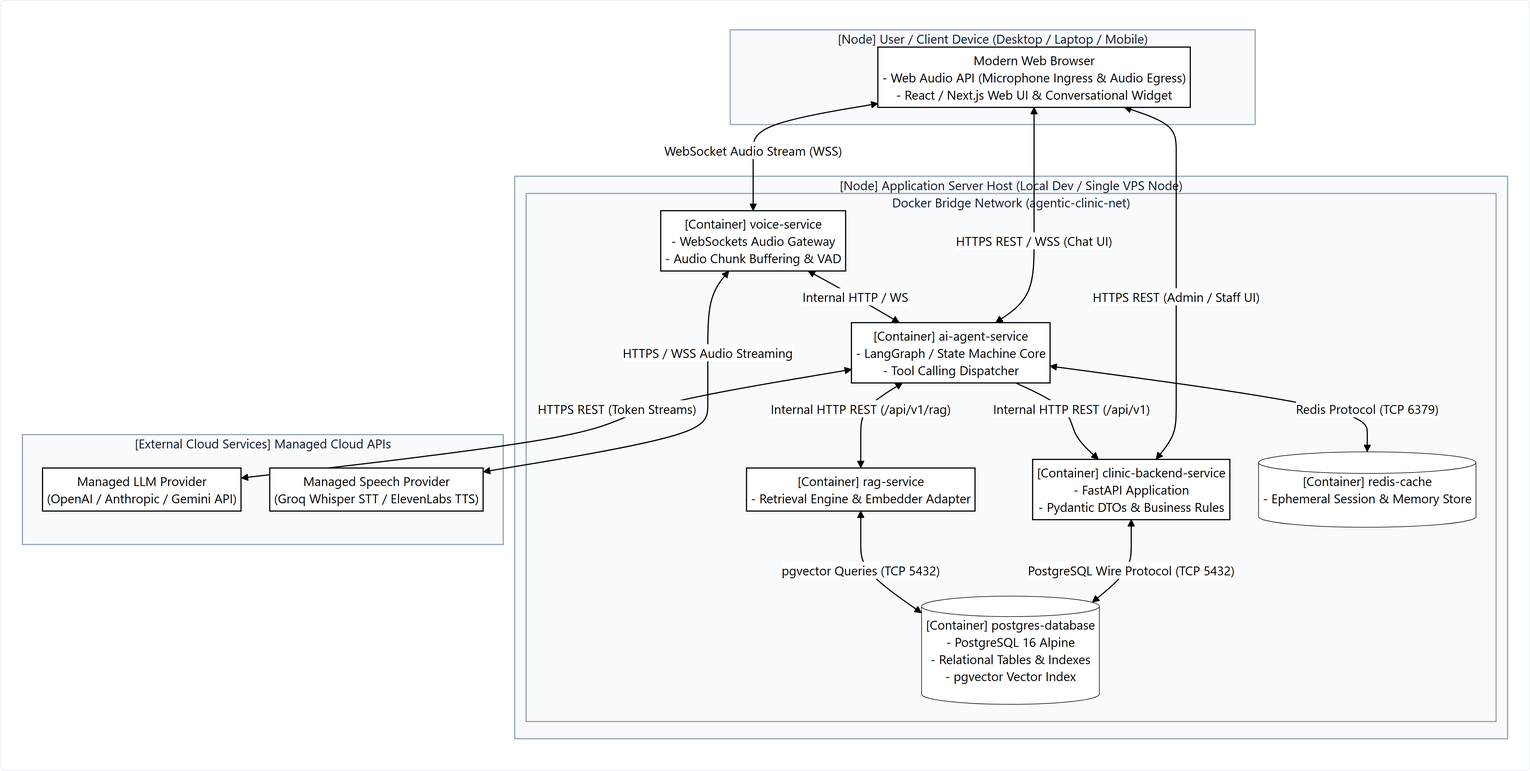
Above: docs/diagrams/07-deployment/deployment-diagram.png in HassanAhmedMa/Agentic-AI-Call-Center (Mermaid), before the change. Its source is kept beside it as docs/diagrams/07-deployment/deployment-diagram.mmd. Source of this version:
```mermaid
%%{init: {'theme': 'base', 'themeVariables': { 'primaryColor': '#ffffff', 'primaryTextColor': '#000000', 'primaryBorderColor': '#000000', 'lineColor': '#000000', 'secondaryColor': '#ffffff', 'tertiaryColor': '#ffffff', 'edgeLabelBackground':'#ffffff' }}}%%
flowchart TB
    subgraph ClientDevice [" [Node] User / Client Device (Desktop / Laptop / Mobile) "]
        Browser["Modern Web Browser\n- Web Audio API (Microphone Ingress & Audio Egress)\n- React / Next.js Web UI & Conversational Widget"]
    end

    subgraph HostEnvironment [" [Node] Application Server Host (Local Dev / Single VPS Node) "]
        subgraph DockerNetwork [" Docker Bridge Network (agentic-clinic-net) "]
            VoiceContainer["[Container] voice-service\n- WebSockets Audio Gateway\n- Audio Chunk Buffering & VAD"]
            AgentContainer["[Container] ai-agent-service\n- LangGraph / State Machine Core\n- Tool Calling Dispatcher"]
            RAGContainer["[Container] rag-service\n- Retrieval Engine & Embedder Adapter"]
            BackendContainer["[Container] clinic-backend-service\n- FastAPI Application\n- Pydantic DTOs & Business Rules"]

            DBContainer[("[Container] postgres-database\n- PostgreSQL 16 Alpine\n- Relational Tables & Indexes\n- pgvector Vector Index")]
            RedisContainer[("[Container] redis-cache\n- Ephemeral Session & Memory Store")]
        end
    end

    subgraph ExternalCloudServices [" [External Cloud Services] Managed Cloud APIs "]
        LLM_API["Managed LLM Provider\n(OpenAI / Anthropic / Gemini API)"]
        Voice_API["Managed Speech Provider\n(Groq Whisper STT / ElevenLabs TTS)"]
    end

    Browser <-->|"WebSocket Audio Stream (WSS)"| VoiceContainer
    Browser <-->|"HTTPS REST / WSS (Chat UI)"| AgentContainer
    Browser <-->|"HTTPS REST (Admin / Staff UI)"| BackendContainer

    VoiceContainer <-->|"Internal HTTP / WS"| AgentContainer
    AgentContainer <-->|"Internal HTTP REST (/api/v1/rag)"| RAGContainer
    AgentContainer -->|"Internal HTTP REST (/api/v1)"| BackendContainer
    AgentContainer <-->|"Redis Protocol (TCP 6379)"| RedisContainer

    BackendContainer <-->|"PostgreSQL Wire Protocol (TCP 5432)"| DBContainer
    RAGContainer <-->|"pgvector Queries (TCP 5432)"| DBContainer

    AgentContainer <-->|"HTTPS REST (Token Streams)"| LLM_API
    VoiceContainer <-->|"HTTPS / WSS Audio Streaming"| Voice_API
```
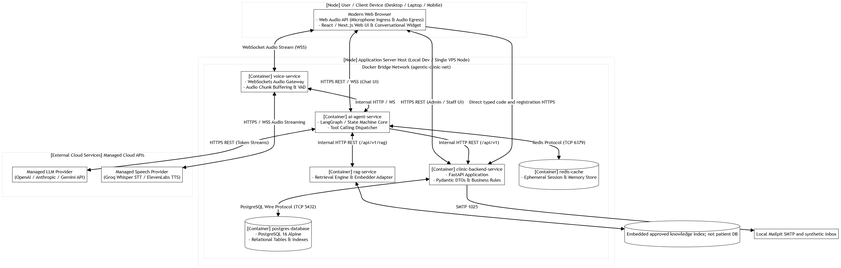
The same file after the commit.

Diff of the diagram source:
```diff
@@ -11,7 +11,7 @@
             RAGContainer["[Container] rag-service\n- Retrieval Engine & Embedder Adapter"]
             BackendContainer["[Container] clinic-backend-service\n- FastAPI Application\n- Pydantic DTOs & Business Rules"]
 
-            DBContainer[("[Container] postgres-database\n- PostgreSQL 16 Alpine\n- Relational Tables & Indexes\n- pgvector Vector Index")]
+            DBContainer[("[Container] postgres-database\n- PostgreSQL 16 Alpine\n- Relational Tables & Indexes")]
             RedisContainer[("[Container] redis-cache\n- Ephemeral Session & Memory Store")]
         end
     end
@@ -31,7 +31,11 @@
     AgentContainer <-->|"Redis Protocol (TCP 6379)"| RedisContainer
 
     BackendContainer <-->|"PostgreSQL Wire Protocol (TCP 5432)"| DBContainer
-    RAGContainer <-->|"pgvector Queries (TCP 5432)"| DBContainer
+    RAGContainer <--> EmbeddedKnowledge[("Embedded approved knowledge index; not patient DB")]
 
     AgentContainer <-->|"HTTPS REST (Token Streams)"| LLM_API
     VoiceContainer <-->|"HTTPS / WSS Audio Streaming"| Voice_API
+
+    Browser -->|"Direct typed code and registration HTTPS"| BackendContainer
+    Mailpit["Local Mailpit SMTP and synthetic inbox"]
+    BackendContainer -->|"SMTP 1025"| Mailpit
```
